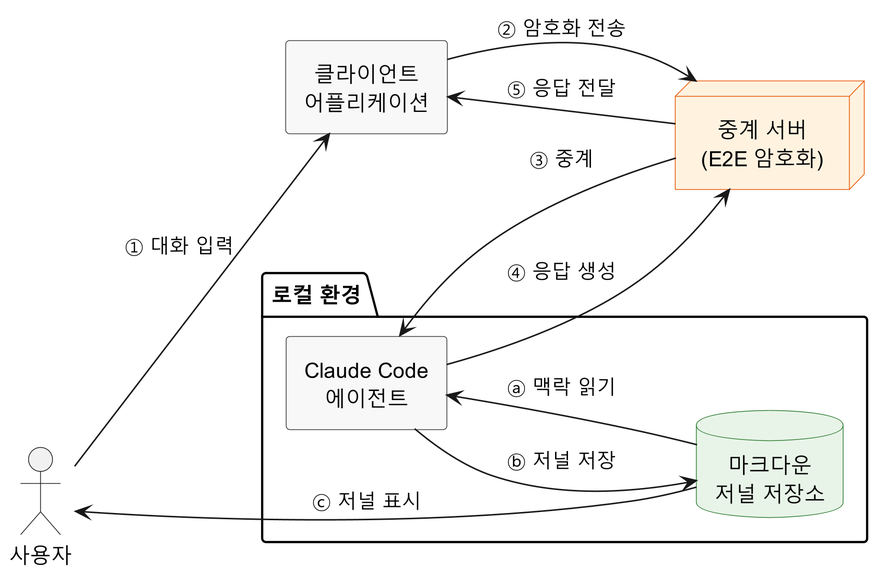
Above: docs/diagrams/out/implement-component-diagram/implement-component-diagram.png in hoetaek/reflective-conversational-journal (PlantUML), before the change. The source it was exported from:
```plantuml
@startuml
skinparam defaultTextAlignment center
skinparam dpi 300
skinparam padding 2

skinparam rectangle {
    BackgroundColor #F8F8F8
    BorderColor #333333
    RoundCorner 5
}
skinparam node {
    BackgroundColor #FFF3E0
    BorderColor #E65100
}
skinparam database {
    BackgroundColor #E8F4E8
    BorderColor #2E7D32
}

left to right direction

actor "사용자" as user

rectangle "클라이언트\n어플리케이션" as happy

node "중계 서버\n(E2E 암호화)" as relay

package "로컬 환경" {
    rectangle "Claude Code\n에이전트" as claude
    database "마크다운\n저널 저장소" as obsidian
}

user --> happy : ① 대화 입력
happy --> relay : ② 암호화 전송
relay --> claude : ③ 중계
claude --> relay : ④ 응답 생성
relay --> happy : ⑤ 응답 전달

obsidian --> claude : ⓐ 맥락 읽기
claude --> obsidian : ⓑ 저널 저장
obsidian --> user : ⓒ 저널 표시

@enduml
```
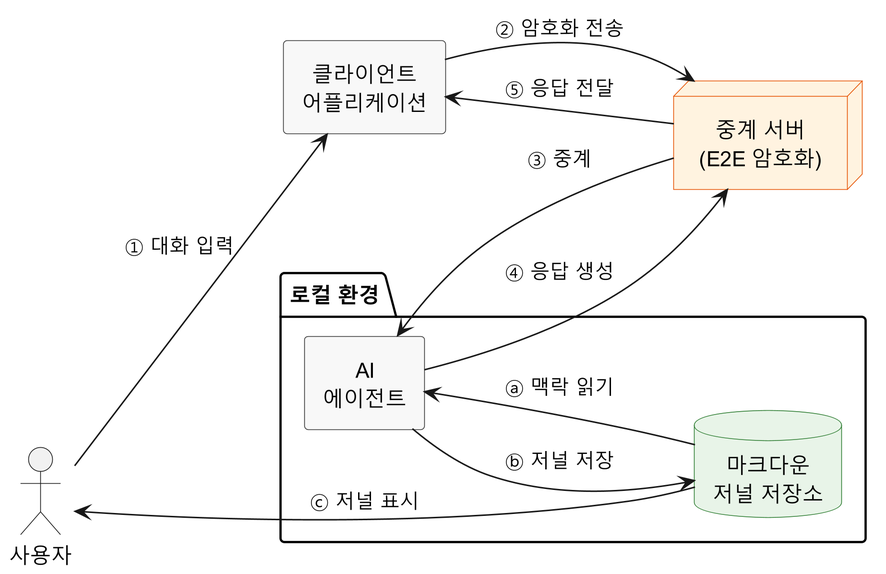
The same diagram one commit later.

Commit message:
refactor: Update component diagram for consistency and clarity in naming

The edit, as a diff of the source:
```diff
@@ -21,23 +21,23 @@
 
 actor "사용자" as user
 
-rectangle "클라이언트\n어플리케이션" as happy
+rectangle "클라이언트\n어플리케이션" as client
 
 node "중계 서버\n(E2E 암호화)" as relay
 
 package "로컬 환경" {
-    rectangle "Claude Code\n에이전트" as claude
-    database "마크다운\n저널 저장소" as obsidian
+    rectangle "AI\n에이전트" as agent
+    database "마크다운\n저널 저장소" as editor
 }
 
-user --> happy : ① 대화 입력
-happy --> relay : ② 암호화 전송
-relay --> claude : ③ 중계
-claude --> relay : ④ 응답 생성
-relay --> happy : ⑤ 응답 전달
+user --> client : ① 대화 입력
+client --> relay : ② 암호화 전송
+relay --> agent : ③ 중계
+agent --> relay : ④ 응답 생성
+relay --> client : ⑤ 응답 전달
 
-obsidian --> claude : ⓐ 맥락 읽기
-claude --> obsidian : ⓑ 저널 저장
-obsidian --> user : ⓒ 저널 표시
+editor --> agent : ⓐ 맥락 읽기
+agent --> editor : ⓑ 저널 저장
+editor --> user : ⓒ 저널 표시
 
 @enduml
```
